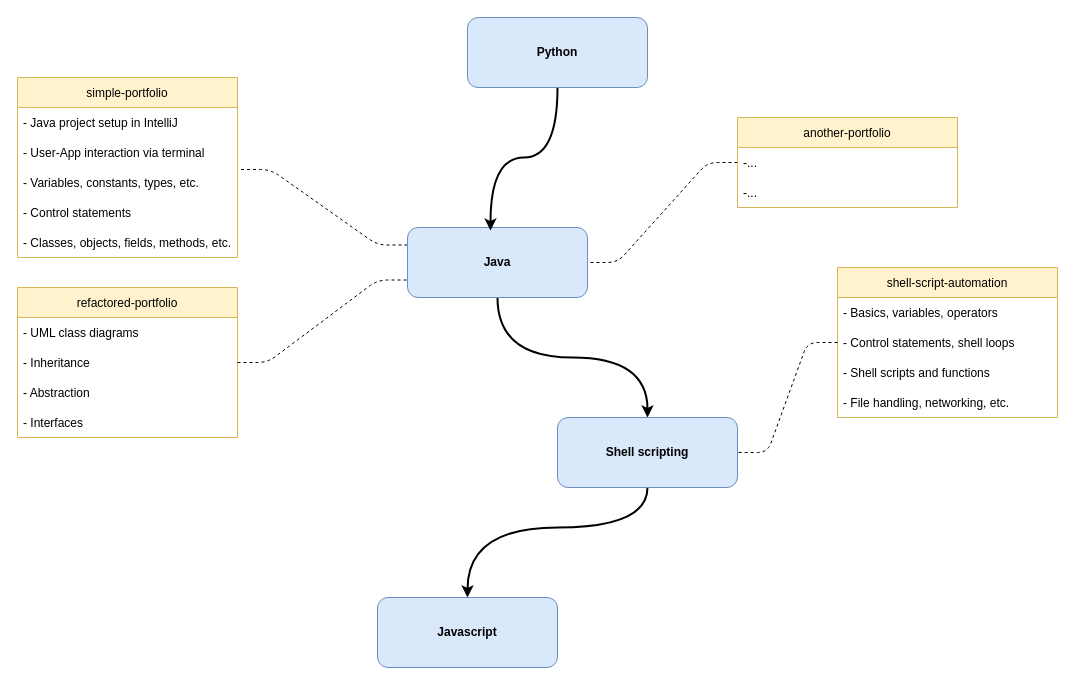
Earlier version of the draw.io diagram programming_journey.drawio (mykingdomforapawn/software-architecture-journey). Source tidied: cells renumbered, new cells numbered last; positions are measured from the earlier drawing's top-left corner, leaving out a move shared by most shapes. Both pictures are drawn from the tidied source at 100%, with x=0, y=0 at pixel (17, 17).
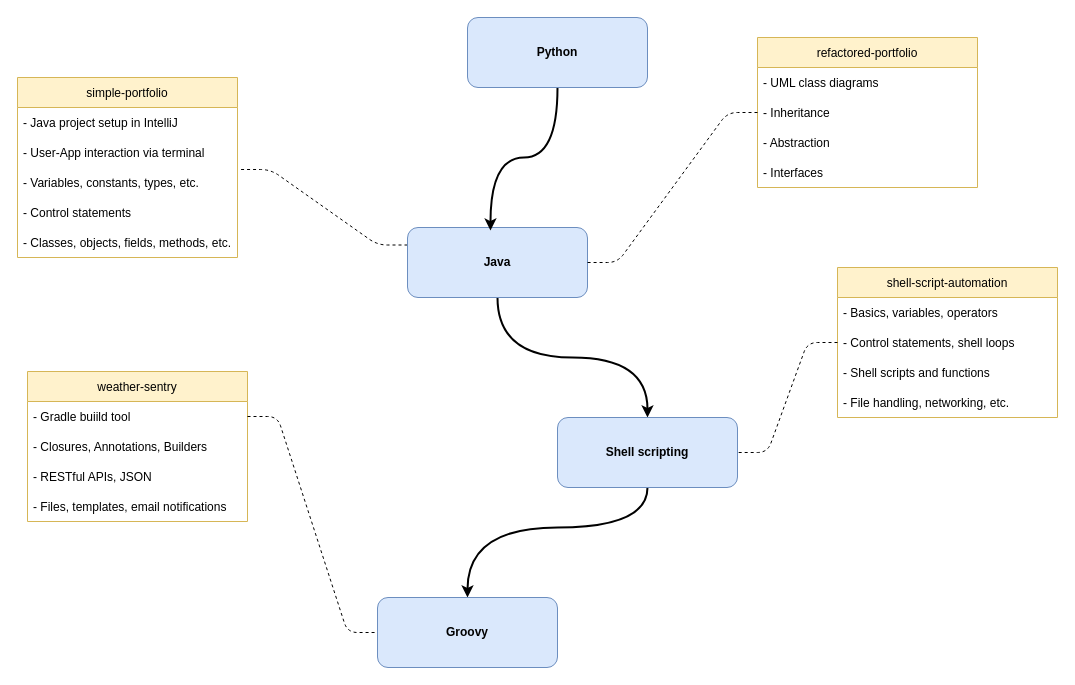
The same page after the edit.

Unchanged cells that the change refers to:
```xml
<mxCell id="4" value="&lt;b&gt;Java&lt;/b&gt;" style="rounded=1;whiteSpace=wrap;html=1;fillColor=#dae8fc;strokeColor=#6c8ebf;" parent="1" vertex="1">
  <mxGeometry x="390" y="210" width="180" height="70" as="geometry" />
</mxCell>
<mxCell id="13" value="- Inheritance" style="text;strokeColor=none;fillColor=none;align=left;verticalAlign=middle;spacingLeft=4;spacingRight=4;overflow=hidden;points=[[0,0.5],[1,0.5]];portConstraint=eastwest;" parent="11" vertex="1">
  <mxGeometry y="60" width="220" height="30" as="geometry" />
</mxCell>
```

Change to the diagram source:
```diff
@@
     <mxCell id="11" value="refactored-portfolio" style="swimlane;fontStyle=0;horizontal=1;startSize=30;fillColor=#fff2cc;strokeColor=#d6b656;" parent="1" vertex="1">
-      <mxGeometry y="270" width="220" height="150" as="geometry" />
+      <mxGeometry x="740" y="20" width="220" height="150" as="geometry" />
     </mxCell>
@@
-    <mxCell id="16" style="edgeStyle=entityRelationEdgeStyle;jettySize=auto;html=1;exitX=1;exitY=0.5;exitDx=0;exitDy=0;dashed=1;elbow=vertical;endArrow=none;endFill=0;entryX=0;entryY=0.75;entryDx=0;entryDy=0;" parent="1" edge="1" source="13" target="4">
+    <mxCell id="16" style="edgeStyle=entityRelationEdgeStyle;jettySize=auto;html=1;exitX=0;exitY=0.5;exitDx=0;exitDy=0;dashed=1;elbow=vertical;endArrow=none;endFill=0;entryX=1;entryY=0.5;entryDx=0;entryDy=0;" parent="1" edge="1" source="13" target="4">
       <mxGeometry relative="1" as="geometry" />
     </mxCell>
@@
-    <mxCell id="19" style="edgeStyle=entityRelationEdgeStyle;rounded=1;jettySize=auto;html=1;entryX=1;entryY=0.5;entryDx=0;entryDy=0;endArrow=none;dashed=1;endFill=0;" parent="1" edge="1" source="20" target="4">
-      <mxGeometry relative="1" as="geometry" />
-    </mxCell>
-    <mxCell id="20" value="another-portfolio" style="swimlane;fontStyle=0;horizontal=1;startSize=30;fillColor=#fff2cc;strokeColor=#d6b656;" parent="1" vertex="1">
-      <mxGeometry x="720" y="100" width="220" height="90" as="geometry" />
-    </mxCell>
-    <mxCell id="21" value="-..." style="text;strokeColor=none;fillColor=none;align=left;verticalAlign=middle;spacingLeft=4;spacingRight=4;overflow=hidden;" parent="20" vertex="1">
-      <mxGeometry y="30" width="220" height="30" as="geometry" />
-    </mxCell>
-    <mxCell id="22" value="-..." style="text;strokeColor=none;fillColor=none;align=left;verticalAlign=middle;spacingLeft=4;spacingRight=4;overflow=hidden;" parent="20" vertex="1">
-      <mxGeometry y="60" width="220" height="30" as="geometry" />
-    </mxCell>
-    <mxCell id="23" value="&lt;b&gt;Javascript&lt;/b&gt;" style="rounded=1;whiteSpace=wrap;html=1;fillColor=#dae8fc;strokeColor=#6c8ebf;" parent="1" vertex="1">
+    <mxCell id="23" value="&lt;b&gt;Groovy&lt;/b&gt;" style="rounded=1;whiteSpace=wrap;html=1;fillColor=#dae8fc;strokeColor=#6c8ebf;" parent="1" vertex="1">
       <mxGeometry x="360" y="580" width="180" height="70" as="geometry" />
     </mxCell>
@@
+    <mxCell id="32" value="weather-sentry" style="swimlane;fontStyle=0;horizontal=1;startSize=30;fillColor=#fff2cc;strokeColor=#d6b656;" parent="1" vertex="1">
+      <mxGeometry x="10" y="354" width="220" height="150" as="geometry" />
+    </mxCell>
+    <mxCell id="33" value="- Gradle buiild tool" style="text;strokeColor=none;fillColor=none;align=left;verticalAlign=middle;spacingLeft=4;spacingRight=4;overflow=hidden;points=[[0,0.5],[1,0.5]];portConstraint=eastwest;" parent="32" vertex="1">
+      <mxGeometry y="30" width="220" height="30" as="geometry" />
+    </mxCell>
+    <mxCell id="34" value="- Closures, Annotations, Builders" style="text;strokeColor=none;fillColor=none;align=left;verticalAlign=middle;spacingLeft=4;spacingRight=4;overflow=hidden;" parent="32" vertex="1">
+      <mxGeometry y="60" width="220" height="30" as="geometry" />
+    </mxCell>
+    <mxCell id="35" value="- RESTful APIs, JSON" style="text;strokeColor=none;fillColor=none;align=left;verticalAlign=middle;spacingLeft=4;spacingRight=4;overflow=hidden;" parent="32" vertex="1">
+      <mxGeometry y="90" width="220" height="30" as="geometry" />
+    </mxCell>
+    <mxCell id="36" value="- Files, templates, email notifications" style="text;strokeColor=none;fillColor=none;align=left;verticalAlign=middle;spacingLeft=4;spacingRight=4;overflow=hidden;" parent="32" vertex="1">
+      <mxGeometry y="120" width="220" height="30" as="geometry" />
+    </mxCell>
+    <mxCell id="37" style="edgeStyle=entityRelationEdgeStyle;jettySize=auto;html=1;exitX=1;exitY=0.5;exitDx=0;exitDy=0;dashed=1;elbow=vertical;endArrow=none;endFill=0;entryX=0;entryY=0.5;entryDx=0;entryDy=0;" parent="1" edge="1" source="33" target="23">
+      <mxGeometry relative="1" as="geometry" />
+    </mxCell>
```
